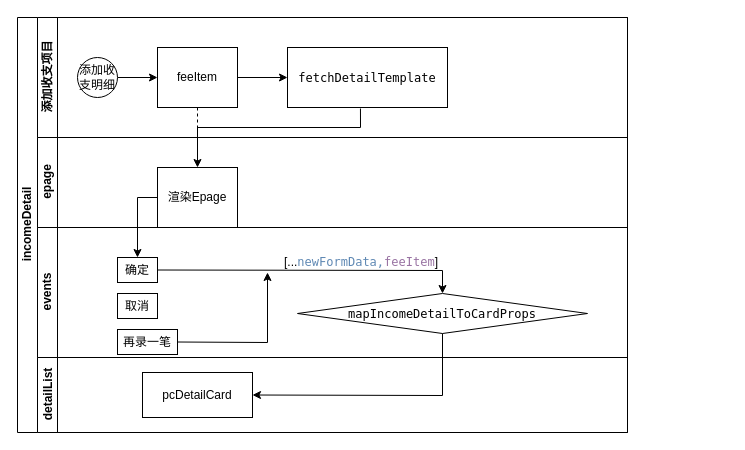
Earlier version of the draw.io diagram incomeDetail.drawio (littlelady2015/yctea). Source tidied: cells renumbered, new cells numbered last; positions are measured from the earlier drawing's top-left corner, leaving out a move shared by most shapes. Both pictures are drawn from the tidied source at 100%, with x=0, y=0 at pixel (17, 17).
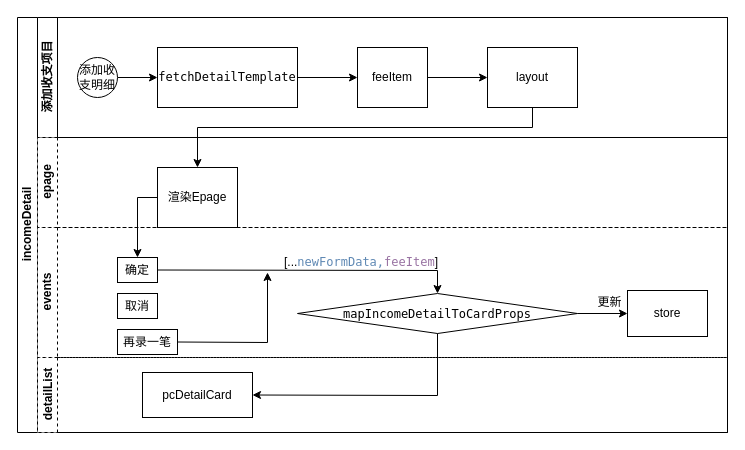
The same diagram, later.

The change refers to these unchanged cells:
```xml
<mxCell id="11" value="渲染Epage" style="rounded=0;whiteSpace=wrap;html=1;fontFamily=Helvetica;fontSize=12;fontColor=#000000;align=center;" parent="10" vertex="1">
  <mxGeometry x="120" y="30" width="80" height="60" as="geometry" />
</mxCell>
<mxCell id="14" value="确定" style="rounded=0;whiteSpace=wrap;html=1;fontFamily=Helvetica;fontSize=12;fontColor=#000000;align=center;" parent="13" vertex="1">
  <mxGeometry x="80" y="30" width="40" height="25" as="geometry" />
</mxCell>
<mxCell id="22" value="pcDetailCard" style="rounded=0;whiteSpace=wrap;html=1;fontFamily=Helvetica;fontSize=12;fontColor=#000000;align=center;" parent="21" vertex="1">
  <mxGeometry x="105" y="15" width="110" height="45" as="geometry" />
</mxCell>
```

The edit, as a diff of the source:
```diff
@@
     <mxCell id="2" value="incomeDetail" style="swimlane;html=1;horizontal=0;startSize=20;" parent="1" vertex="1">
-      <mxGeometry width="610" height="415" as="geometry" />
+      <mxGeometry width="710" height="415" as="geometry" />
     </mxCell>
-    <mxCell id="3" style="edgeStyle=orthogonalEdgeStyle;rounded=0;jettySize=auto;html=1;dashed=1;endArrow=none;endFill=0;" parent="2" edge="1" source="7" target="11">
-      <mxGeometry relative="1" as="geometry" />
-    </mxCell>
     <mxCell id="4" value="添加收支项目" style="swimlane;html=1;startSize=20;horizontal=0;" parent="2" vertex="1">
-      <mxGeometry x="20" width="590" height="120" as="geometry" />
+      <mxGeometry x="20" width="690" height="120" as="geometry" />
     </mxCell>
@@
-    <mxCell id="7" value="feeItem" style="rounded=0;whiteSpace=wrap;html=1;fontFamily=Helvetica;fontSize=12;fontColor=#000000;align=center;" parent="4" vertex="1">
-      <mxGeometry x="120" y="30" width="80" height="60" as="geometry" />
+    <mxCell id="7" value="&lt;span style=&quot;font-family: &amp;#34;menlo&amp;#34; , &amp;#34;monaco&amp;#34; , &amp;#34;courier new&amp;#34; , monospace&quot;&gt;fetchDetailTemplate&lt;/span&gt;" style="rounded=0;whiteSpace=wrap;html=1;fontFamily=Helvetica;fontSize=12;fontColor=#000000;align=center;" parent="4" vertex="1">
+      <mxGeometry x="120" y="30" width="140" height="60" as="geometry" />
     </mxCell>
@@
-    <mxCell id="9" value="&lt;div style=&quot;font-family: &amp;#34;menlo&amp;#34; , &amp;#34;monaco&amp;#34; , &amp;#34;courier new&amp;#34; , monospace ; line-height: 18px&quot;&gt;fetchDetailTemplate&lt;/div&gt;" style="rounded=0;whiteSpace=wrap;html=1;labelBackgroundColor=none;fontColor=#000000;" parent="4" vertex="1">
-      <mxGeometry x="250" y="30" width="160" height="60" as="geometry" />
+    <mxCell id="9" value="feeItem" style="rounded=0;whiteSpace=wrap;html=1;labelBackgroundColor=none;fontColor=#000000;" parent="4" vertex="1">
+      <mxGeometry x="320" y="30" width="70" height="60" as="geometry" />
     </mxCell>
+    <mxCell id="25" value="layout" style="rounded=0;whiteSpace=wrap;html=1;labelBackgroundColor=none;fontColor=#000000;" parent="4" vertex="1">
+      <mxGeometry x="450" y="30" width="90" height="60" as="geometry" />
+    </mxCell>
+    <mxCell id="26" style="endArrow=classic;html=1;rounded=0;exitX=1;exitY=0.5;exitDx=0;exitDy=0;entryX=0;entryY=0.5;entryDx=0;entryDy=0;" parent="4" edge="1" source="9" target="25">
+      <mxGeometry relative="1" as="geometry" />
+    </mxCell>
-    <mxCell id="10" value="epage" style="swimlane;html=1;startSize=20;horizontal=0;" parent="2" vertex="1">
-      <mxGeometry x="20" y="120" width="590" height="90" as="geometry" />
+    <mxCell id="10" value="epage" style="swimlane;html=1;startSize=20;horizontal=0;dashed=1;" parent="2" vertex="1">
+      <mxGeometry x="20" y="120" width="690" height="90" as="geometry" />
     </mxCell>
@@
-    <mxCell id="12" style="endArrow=classic;html=1;rounded=0;fontColor=#000000;exitX=0.456;exitY=1.017;exitDx=0;exitDy=0;exitPerimeter=0;entryX=0.5;entryY=0;entryDx=0;entryDy=0;" parent="2" edge="1" source="9" target="11">
+    <mxCell id="12" style="endArrow=classic;html=1;rounded=0;fontColor=#000000;exitX=0.5;exitY=1;exitDx=0;exitDy=0;entryX=0.5;entryY=0;entryDx=0;entryDy=0;" parent="2" edge="1" source="25" target="11">
       <mxGeometry relative="1" as="geometry">
         <Array as="points">
-          <mxPoint x="343" y="110" />
+          <mxPoint x="515" y="110" />
           <mxPoint x="180" y="110" />
         </Array>
       </mxGeometry>
     </mxCell>
-    <mxCell id="13" value="events" style="swimlane;html=1;startSize=20;horizontal=0;fontColor=#000000;" parent="2" vertex="1">
-      <mxGeometry x="20" y="210" width="590" height="130" as="geometry" />
+    <mxCell id="13" value="events" style="swimlane;html=1;startSize=20;horizontal=0;fontColor=#000000;dashed=1;" parent="2" vertex="1">
+      <mxGeometry x="20" y="210" width="690" height="130" as="geometry" />
     </mxCell>
@@
     <mxCell id="18" value="&lt;div style=&quot;font-family: &amp;#34;menlo&amp;#34; , &amp;#34;monaco&amp;#34; , &amp;#34;courier new&amp;#34; , monospace ; line-height: 18px&quot;&gt;mapIncomeDetailToCardProps&lt;/div&gt;" style="rhombus;whiteSpace=wrap;html=1;fontFamily=Helvetica;fontSize=12;fontColor=#000000;align=center;" parent="13" vertex="1">
-      <mxGeometry x="260" y="66" width="290" height="40" as="geometry" />
+      <mxGeometry x="260" y="66" width="280" height="40" as="geometry" />
     </mxCell>
     <mxCell id="19" style="endArrow=classic;html=1;rounded=0;fontColor=#000000;exitX=1;exitY=0.5;exitDx=0;exitDy=0;entryX=0.5;entryY=0;entryDx=0;entryDy=0;" parent="13" edge="1" source="14" target="18">
       <mxGeometry relative="1" as="geometry">
         <Array as="points">
-          <mxPoint x="405" y="43" />
+          <mxPoint x="400" y="43" />
         </Array>
       </mxGeometry>
     </mxCell>
@@
+    <mxCell id="27" value="store" style="rounded=0;whiteSpace=wrap;html=1;" parent="13" vertex="1">
+      <mxGeometry x="590" y="63" width="80" height="46" as="geometry" />
+    </mxCell>
+    <mxCell id="28" style="endArrow=classic;html=1;rounded=0;exitX=1;exitY=0.5;exitDx=0;exitDy=0;entryX=0;entryY=0.5;entryDx=0;entryDy=0;" parent="13" edge="1" source="18" target="27">
+      <mxGeometry relative="1" as="geometry" />
+    </mxCell>
-    <mxCell id="21" value="detailList" style="swimlane;html=1;startSize=20;horizontal=0;" parent="2" vertex="1">
-      <mxGeometry x="20" y="340" width="590" height="75" as="geometry" />
+    <mxCell id="21" value="detailList" style="swimlane;html=1;startSize=20;horizontal=0;dashed=1;" parent="2" vertex="1">
+      <mxGeometry x="20" y="340" width="690" height="75" as="geometry" />
     </mxCell>
@@
     <mxCell id="24" style="endArrow=classic;html=1;rounded=0;fontColor=#000000;exitX=0.5;exitY=1;exitDx=0;exitDy=0;entryX=1;entryY=0.5;entryDx=0;entryDy=0;" parent="2" edge="1" source="18" target="22">
       <mxGeometry relative="1" as="geometry">
         <Array as="points">
-          <mxPoint x="425" y="378" />
+          <mxPoint x="420" y="378" />
         </Array>
       </mxGeometry>
     </mxCell>
+    <mxCell id="29" value="更新" style="text;html=1;align=center;verticalAlign=middle;strokeColor=none;fillColor=none;" parent="1" vertex="1">
+      <mxGeometry x="572" y="275" width="40" height="20" as="geometry" />
+    </mxCell>
```
